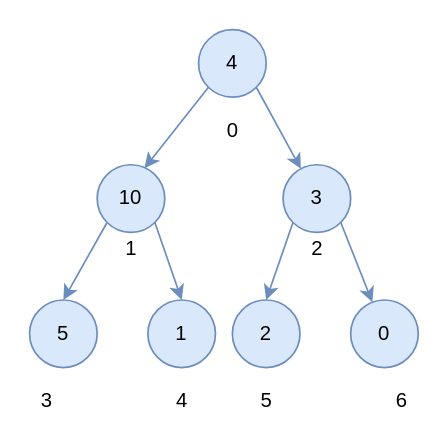
This is algorithm/如何用数组表示堆.drawio from erlieStar/diagrams, a draw.io file, before an edit. Source tidied: cells renumbered, new cells numbered last; positions are measured from the earlier drawing's top-left corner, leaving out a move shared by most shapes. Both pictures are drawn from the tidied source at 169%, with x=0, y=0 at pixel (29, 29).
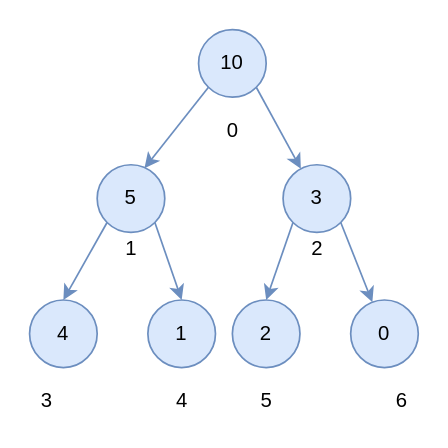
The same diagram, later.

Commit message:
Update 如何用数组表示堆.drawio

Change to the diagram source:
```diff
@@
-    <mxCell id="4" value="4" style="ellipse;whiteSpace=wrap;html=1;fillColor=#dae8fc;strokeColor=#6c8ebf;" parent="1" vertex="1">
+    <mxCell id="4" value="10" style="ellipse;whiteSpace=wrap;html=1;fillColor=#dae8fc;strokeColor=#6c8ebf;" parent="1" vertex="1">
       <mxGeometry x="100" width="40" height="40" as="geometry" />
     </mxCell>
@@
-    <mxCell id="7" value="10" style="ellipse;whiteSpace=wrap;html=1;fillColor=#dae8fc;strokeColor=#6c8ebf;" parent="1" vertex="1">
+    <mxCell id="7" value="5" style="ellipse;whiteSpace=wrap;html=1;fillColor=#dae8fc;strokeColor=#6c8ebf;" parent="1" vertex="1">
       <mxGeometry x="40" y="80" width="40" height="40" as="geometry" />
     </mxCell>
@@
-    <mxCell id="11" value="5" style="ellipse;whiteSpace=wrap;html=1;fillColor=#dae8fc;strokeColor=#6c8ebf;" parent="1" vertex="1">
+    <mxCell id="11" value="4" style="ellipse;whiteSpace=wrap;html=1;fillColor=#dae8fc;strokeColor=#6c8ebf;" parent="1" vertex="1">
       <mxGeometry y="160" width="40" height="40" as="geometry" />
     </mxCell>
```
